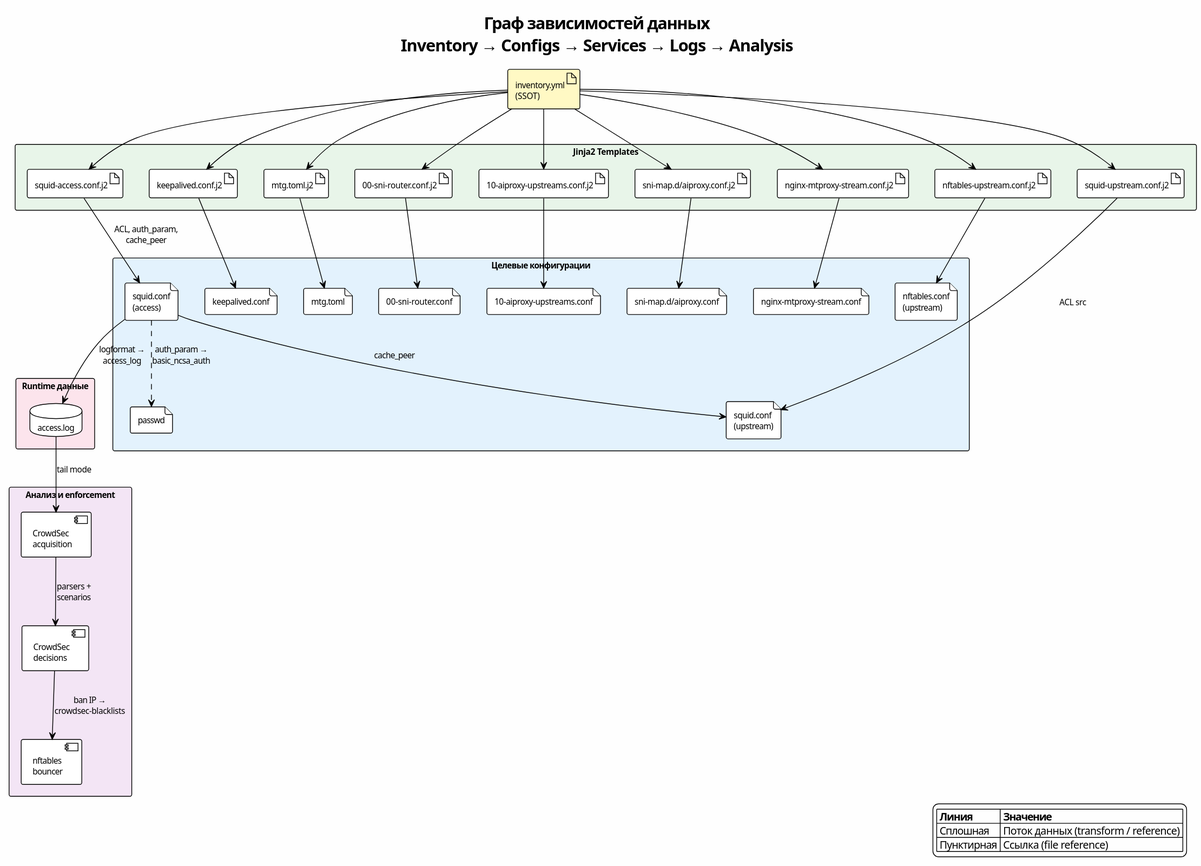
demofly/ai-proxy keeps this PlantUML diagram as docs/AA/DD/diagrams/DD-SourceMap-dependencies.svg. Above is the earlier version.
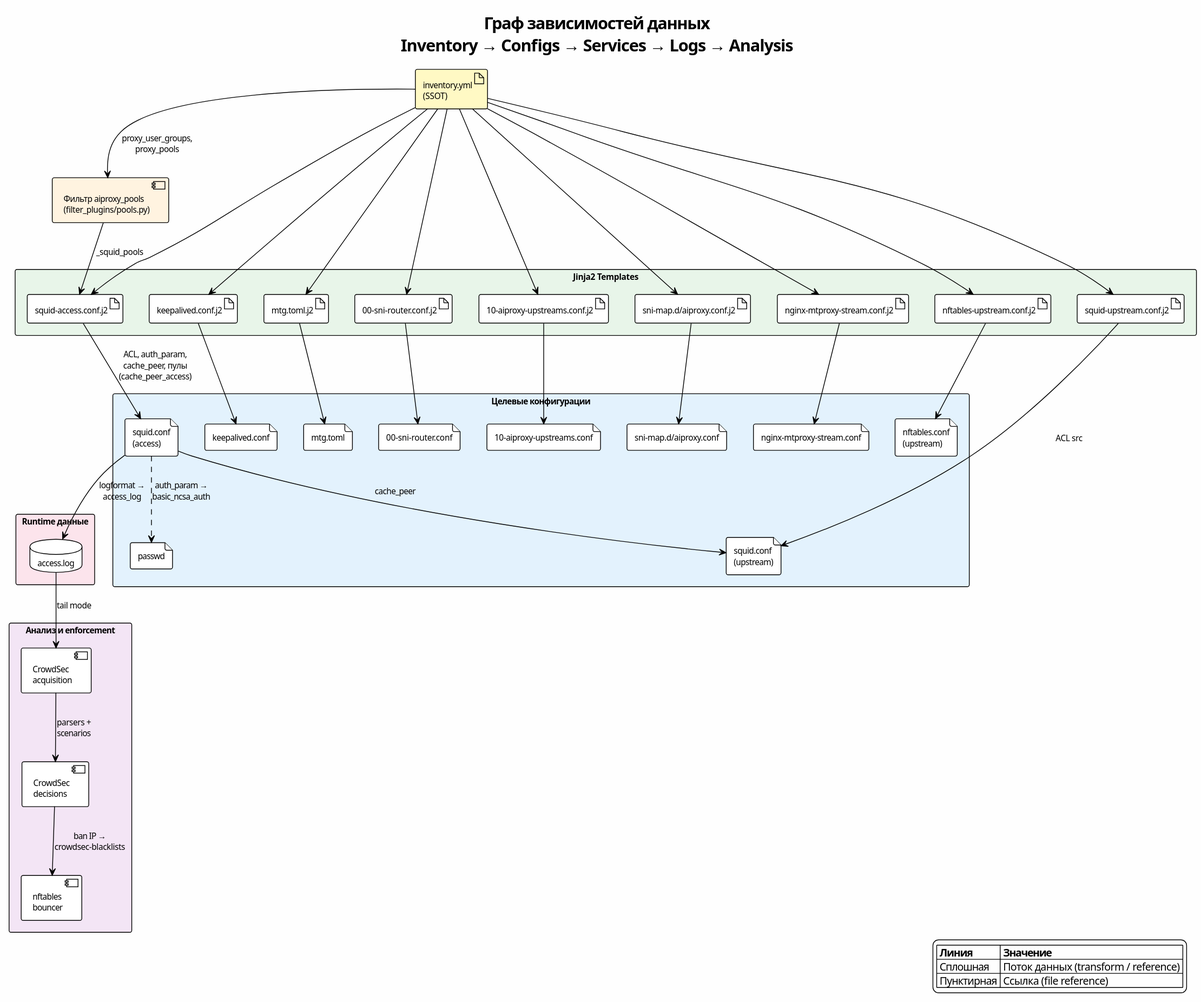
Later version of the same file.

Diff of the diagram source:
```diff
@@ -7,6 +7,8 @@
 title Граф зависимостей данных\nInventory → Configs → Services → Logs → Analysis
 
 artifact "inventory.yml\n(SSOT)" as inv #FFF9C4
+
+component "Фильтр aiproxy_pools\n(filter_plugins/pools.py)" as pools_filter #FFF3E0
 
 rectangle "Jinja2 Templates" as j2 #E8F5E9 {
   artifact "squid-access.conf.j2" as squid_a_j2
@@ -44,6 +46,8 @@
 }
 
 
+inv --> pools_filter : proxy_user_groups,\nproxy_pools
+pools_filter --> squid_a_j2 : _squid_pools
 inv --> squid_a_j2
 inv --> squid_u_j2
 inv --> ka_j2
@@ -54,7 +58,7 @@
 inv --> nx_mtp_j2
 inv --> nft_j2
 
-squid_a_j2 --> squid_access : ACL, auth_param,\ncache_peer
+squid_a_j2 --> squid_access : ACL, auth_param,\ncache_peer, пулы\n(cache_peer_access)
 squid_u_j2 --> squid_upstream : ACL src
 
 ka_j2 --> ka_conf
```
